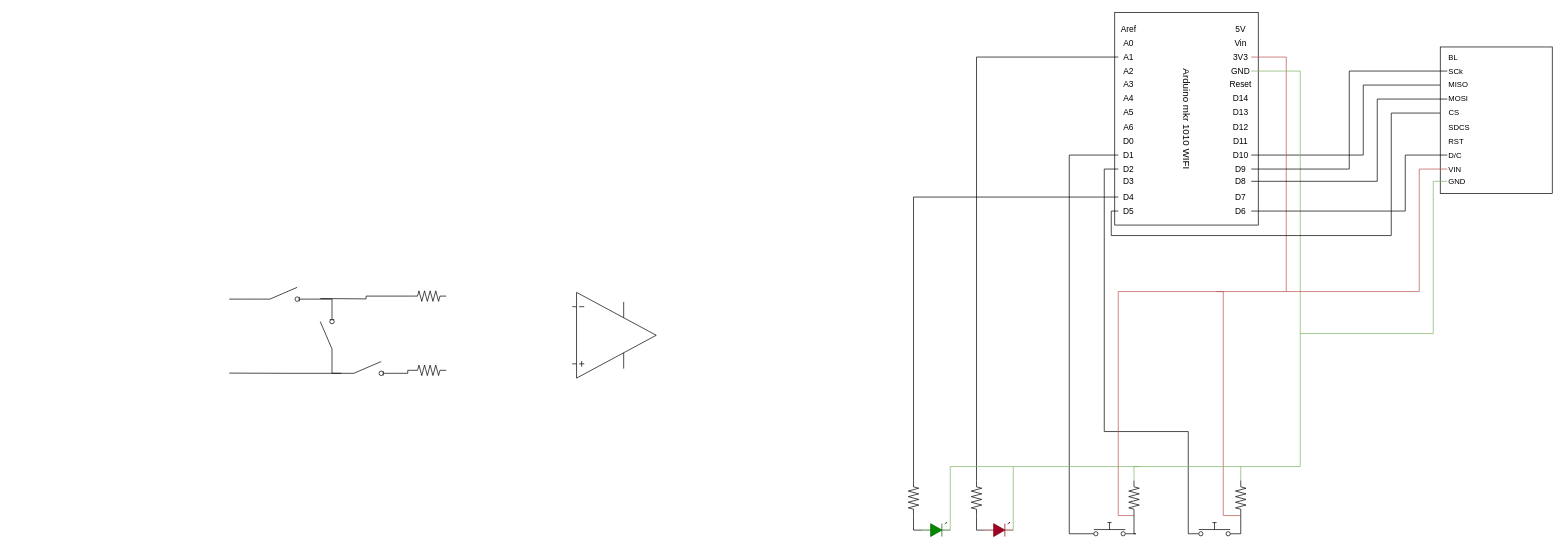
Before: Diagrama sem nome.drawio in Gonram0s/pomodoro, a draw.io diagram. Source tidied: cells renumbered, new cells numbered last; positions are measured from the earlier drawing's top-left corner, leaving out a move shared by most shapes. Both pictures are drawn from the tidied source at 70%, with x=0, y=0 at pixel (229, 25).
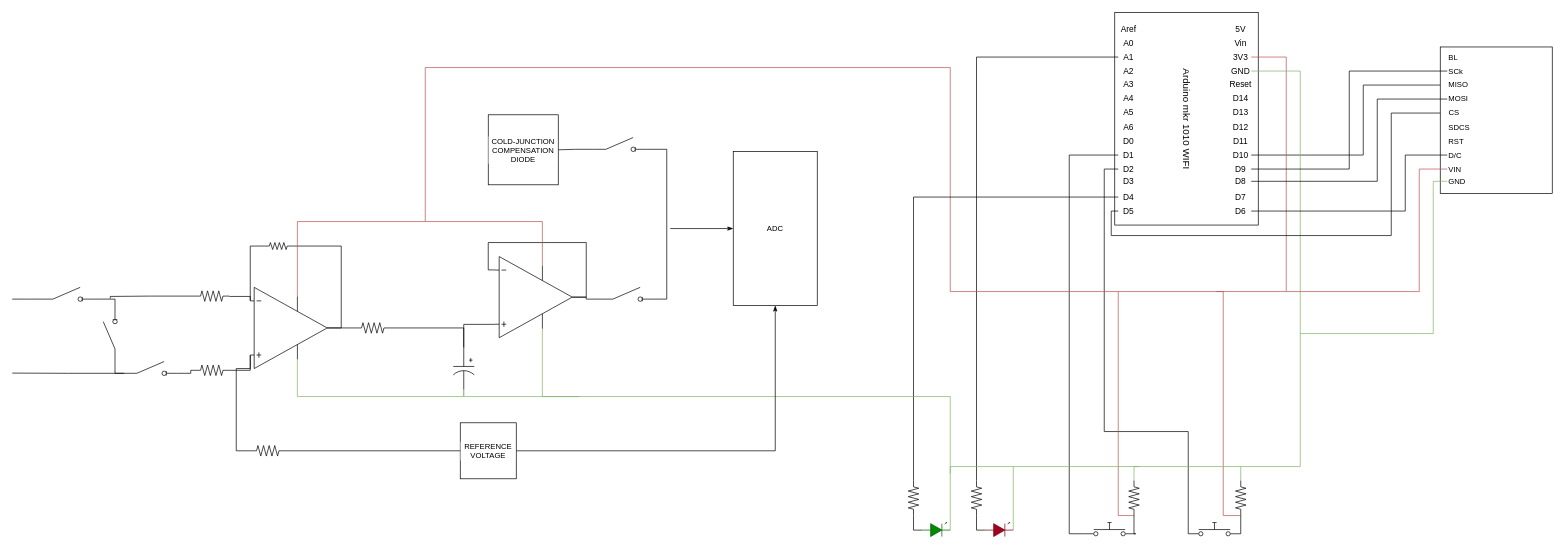
Above is the later version.

Change to the diagram source:
```diff
@@
+    <mxCell id="84" style="edgeStyle=orthogonalEdgeStyle;rounded=0;orthogonalLoop=1;jettySize=auto;html=1;strokeColor=#b85450;align=center;verticalAlign=middle;fontFamily=Helvetica;fontSize=11;fontColor=default;labelBackgroundColor=default;endArrow=none;endFill=0;fillColor=#f8cecc;" parent="1" edge="1">
+      <mxGeometry relative="1" as="geometry">
+        <mxPoint x="1270" y="380" as="sourcePoint" />
+        <mxPoint x="280" y="280" as="targetPoint" />
+        <Array as="points">
+          <mxPoint x="1030" y="60" />
+          <mxPoint x="280" y="60" />
+        </Array>
+      </mxGeometry>
+    </mxCell>
@@
     <mxCell id="72" style="edgeStyle=orthogonalEdgeStyle;rounded=0;jettySize=auto;html=1;exitX=1;exitY=0.84;exitDx=0;exitDy=0;entryX=1;entryY=0.84;entryDx=0;entryDy=0;strokeColor=default;align=center;verticalAlign=middle;fontFamily=Helvetica;fontSize=11;fontColor=default;labelBackgroundColor=default;endArrow=none;endFill=0;" parent="1" edge="1" source="74" target="79">
       <mxGeometry relative="1" as="geometry">
         <Array as="points">
-          <mxPoint x="147" y="391" />
+          <mxPoint x="-163" y="391" />
         </Array>
       </mxGeometry>
     </mxCell>
     <mxCell id="73" style="edgeStyle=orthogonalEdgeStyle;rounded=0;jettySize=auto;html=1;exitX=0;exitY=0.84;exitDx=0;exitDy=0;strokeColor=default;align=center;verticalAlign=middle;fontFamily=Helvetica;fontSize=11;fontColor=default;labelBackgroundColor=default;endArrow=none;endFill=0;" parent="1" edge="1" source="74">
       <mxGeometry relative="1" as="geometry">
-        <mxPoint y="390.8" as="targetPoint" />
+        <mxPoint x="-310" y="390.8" as="targetPoint" />
       </mxGeometry>
     </mxCell>
     <mxCell id="74" style="html=1;shape=mxgraph.electrical.electro-mechanical.switchDisconnector;elSwitchState=off;fontFamily=Helvetica;fontSize=11;fontColor=default;labelBackgroundColor=default;" parent="1" vertex="1">
-      <mxGeometry x="40" y="374" width="75" height="20" as="geometry" />
+      <mxGeometry x="-270" y="374" width="75" height="20" as="geometry" />
     </mxCell>
     <mxCell id="75" style="edgeStyle=orthogonalEdgeStyle;rounded=0;jettySize=auto;html=1;exitX=0;exitY=0.84;exitDx=0;exitDy=0;strokeColor=default;align=center;verticalAlign=middle;fontFamily=Helvetica;fontSize=11;fontColor=default;labelBackgroundColor=default;endArrow=none;endFill=0;" parent="1" edge="1" source="77">
       <mxGeometry relative="1" as="geometry">
-        <mxPoint y="496.5" as="targetPoint" />
+        <mxPoint x="-310" y="496.5" as="targetPoint" />
       </mxGeometry>
     </mxCell>
@@
     <mxCell id="77" style="html=1;shape=mxgraph.electrical.electro-mechanical.switchDisconnector;elSwitchState=off;fontFamily=Helvetica;fontSize=11;fontColor=default;labelBackgroundColor=default;" parent="1" vertex="1">
-      <mxGeometry x="160" y="480" width="75" height="20" as="geometry" />
+      <mxGeometry x="-150" y="480" width="75" height="20" as="geometry" />
     </mxCell>
     <mxCell id="78" style="edgeStyle=orthogonalEdgeStyle;rounded=0;jettySize=auto;html=1;exitX=0;exitY=0.84;exitDx=0;exitDy=0;entryX=0;entryY=0.84;entryDx=0;entryDy=0;strokeColor=default;align=center;verticalAlign=middle;fontFamily=Helvetica;fontSize=11;fontColor=default;labelBackgroundColor=default;endArrow=none;endFill=0;" parent="1" edge="1" source="79" target="77">
       <mxGeometry relative="1" as="geometry">
         <Array as="points">
-          <mxPoint x="147" y="497" />
+          <mxPoint x="-163" y="497" />
         </Array>
       </mxGeometry>
     </mxCell>
     <mxCell id="79" style="html=1;shape=mxgraph.electrical.electro-mechanical.switchDisconnector;elSwitchState=off;fontFamily=Helvetica;fontSize=11;fontColor=default;labelBackgroundColor=default;direction=north;" parent="1" vertex="1">
-      <mxGeometry x="130" y="405" width="20" height="75" as="geometry" />
+      <mxGeometry x="-180" y="405" width="20" height="75" as="geometry" />
     </mxCell>
     <mxCell id="80" style="verticalLabelPosition=bottom;shadow=0;dashed=0;align=center;html=1;verticalAlign=top;shape=mxgraph.electrical.resistors.resistor_2;direction=west;" parent="1" vertex="1">
-      <mxGeometry x="260" y="485" width="50" height="15" as="geometry" />
+      <mxGeometry x="-50" y="485" width="50" height="15" as="geometry" />
     </mxCell>
     <mxCell id="81" style="edgeStyle=orthogonalEdgeStyle;rounded=0;jettySize=auto;html=1;exitX=1;exitY=0.5;exitDx=0;exitDy=0;exitPerimeter=0;strokeColor=default;align=center;verticalAlign=middle;fontFamily=Helvetica;fontSize=11;fontColor=default;labelBackgroundColor=default;endArrow=none;endFill=0;" parent="1" edge="1" source="82">
       <mxGeometry relative="1" as="geometry">
-        <mxPoint x="130" y="390" as="targetPoint" />
+        <mxPoint x="-170" y="390" as="targetPoint" />
+        <Array as="points">
+          <mxPoint x="-114" y="387" />
+          <mxPoint x="-160" y="387" />
+        </Array>
       </mxGeometry>
     </mxCell>
     <mxCell id="82" style="verticalLabelPosition=bottom;shadow=0;dashed=0;align=center;html=1;verticalAlign=top;shape=mxgraph.electrical.resistors.resistor_2;direction=west;" parent="1" vertex="1">
-      <mxGeometry x="260" y="379" width="50" height="15" as="geometry" />
+      <mxGeometry x="-50" y="379" width="50" height="15" as="geometry" />
     </mxCell>
     <mxCell id="83" style="verticalLabelPosition=bottom;shadow=0;dashed=0;align=center;html=1;verticalAlign=top;shape=mxgraph.electrical.abstract.operational_amp_1;fontFamily=Helvetica;fontSize=11;fontColor=default;labelBackgroundColor=default;" parent="1" vertex="1">
-      <mxGeometry x="490" y="381.2" width="120" height="122.5" as="geometry" />
+      <mxGeometry x="30" y="374" width="110" height="116" as="geometry" />
     </mxCell>
+    <mxCell id="85" style="edgeStyle=orthogonalEdgeStyle;rounded=0;jettySize=auto;html=1;entryX=0;entryY=0.165;entryDx=0;entryDy=0;entryPerimeter=0;strokeColor=default;align=center;verticalAlign=middle;fontFamily=Helvetica;fontSize=11;fontColor=default;labelBackgroundColor=default;endArrow=none;endFill=0;" parent="1" edge="1" target="83">
+      <mxGeometry relative="1" as="geometry">
+        <mxPoint y="387" as="sourcePoint" />
+        <Array as="points">
+          <mxPoint x="30" y="387" />
+        </Array>
+      </mxGeometry>
+    </mxCell>
+    <mxCell id="86" style="edgeStyle=orthogonalEdgeStyle;rounded=0;jettySize=auto;html=1;exitX=0;exitY=0.5;exitDx=0;exitDy=0;exitPerimeter=0;entryX=0;entryY=0.835;entryDx=0;entryDy=0;entryPerimeter=0;strokeColor=default;align=center;verticalAlign=middle;fontFamily=Helvetica;fontSize=11;fontColor=default;labelBackgroundColor=default;endArrow=none;endFill=0;" parent="1" edge="1" source="80" target="83">
+      <mxGeometry relative="1" as="geometry" />
+    </mxCell>
+    <mxCell id="87" style="verticalLabelPosition=bottom;shadow=0;dashed=0;align=center;html=1;verticalAlign=top;shape=mxgraph.electrical.resistors.resistor_2;fontFamily=Helvetica;fontSize=11;fontColor=default;labelBackgroundColor=default;" parent="1" vertex="1">
+      <mxGeometry x="50" y="310" width="40" height="10" as="geometry" />
+    </mxCell>
+    <mxCell id="88" style="edgeStyle=orthogonalEdgeStyle;rounded=0;jettySize=auto;html=1;exitX=0;exitY=0.165;exitDx=0;exitDy=0;exitPerimeter=0;entryX=0;entryY=0.5;entryDx=0;entryDy=0;entryPerimeter=0;strokeColor=default;align=center;verticalAlign=middle;fontFamily=Helvetica;fontSize=11;fontColor=default;labelBackgroundColor=default;endArrow=none;endFill=0;" parent="1" edge="1" source="83" target="87">
+      <mxGeometry relative="1" as="geometry">
+        <Array as="points">
+          <mxPoint x="30" y="315" />
+        </Array>
+      </mxGeometry>
+    </mxCell>
+    <mxCell id="89" style="edgeStyle=orthogonalEdgeStyle;rounded=0;jettySize=auto;html=1;exitX=1;exitY=0.5;exitDx=0;exitDy=0;exitPerimeter=0;entryX=1;entryY=0.5;entryDx=0;entryDy=0;entryPerimeter=0;strokeColor=default;align=center;verticalAlign=middle;fontFamily=Helvetica;fontSize=11;fontColor=default;labelBackgroundColor=default;endArrow=none;endFill=0;" parent="1" edge="1" source="83" target="87">
+      <mxGeometry relative="1" as="geometry" />
+    </mxCell>
+    <mxCell id="90" style="edgeStyle=orthogonalEdgeStyle;rounded=0;jettySize=auto;html=1;exitX=0;exitY=0.5;exitDx=0;exitDy=0;exitPerimeter=0;strokeColor=default;align=center;verticalAlign=middle;fontFamily=Helvetica;fontSize=11;fontColor=default;labelBackgroundColor=default;endArrow=none;endFill=0;" parent="1" edge="1" source="91" target="94">
+      <mxGeometry relative="1" as="geometry" />
+    </mxCell>
+    <mxCell id="91" style="verticalLabelPosition=bottom;shadow=0;dashed=0;align=center;html=1;verticalAlign=top;shape=mxgraph.electrical.resistors.resistor_2;direction=west;" parent="1" vertex="1">
+      <mxGeometry x="180" y="424.5" width="50" height="15" as="geometry" />
+    </mxCell>
+    <mxCell id="92" style="edgeStyle=orthogonalEdgeStyle;rounded=0;jettySize=auto;html=1;exitX=1;exitY=0.5;exitDx=0;exitDy=0;exitPerimeter=0;entryX=1;entryY=0.5;entryDx=0;entryDy=0;entryPerimeter=0;strokeColor=default;align=center;verticalAlign=middle;fontFamily=Helvetica;fontSize=11;fontColor=default;labelBackgroundColor=default;endArrow=none;endFill=0;" parent="1" edge="1" source="83" target="91">
+      <mxGeometry relative="1" as="geometry" />
+    </mxCell>
+    <mxCell id="93" style="edgeStyle=orthogonalEdgeStyle;rounded=0;jettySize=auto;html=1;exitX=1;exitY=0.5;exitDx=0;exitDy=0;exitPerimeter=0;strokeColor=#82b366;align=center;verticalAlign=middle;fontFamily=Helvetica;fontSize=11;fontColor=default;labelBackgroundColor=default;endArrow=none;endFill=0;fillColor=#d5e8d4;" parent="1" edge="1" source="94">
+      <mxGeometry relative="1" as="geometry">
+        <mxPoint x="500" y="530" as="targetPoint" />
+        <Array as="points">
+          <mxPoint x="335" y="530" />
+        </Array>
+      </mxGeometry>
+    </mxCell>
+    <mxCell id="94" style="verticalLabelPosition=bottom;shadow=0;dashed=0;align=center;html=1;verticalAlign=top;shape=mxgraph.electrical.capacitors.capacitor_3;fontFamily=Helvetica;fontSize=11;fontColor=default;labelBackgroundColor=default;direction=south;" parent="1" vertex="1">
+      <mxGeometry x="320" y="460" width="30" height="60" as="geometry" />
+    </mxCell>
+    <mxCell id="95" style="edgeStyle=orthogonalEdgeStyle;rounded=0;jettySize=auto;html=1;exitX=1;exitY=0.5;exitDx=0;exitDy=0;exitPerimeter=0;entryX=0;entryY=0.84;entryDx=0;entryDy=0;strokeColor=default;align=center;verticalAlign=middle;fontFamily=Helvetica;fontSize=11;fontColor=default;labelBackgroundColor=default;endArrow=none;endFill=0;" parent="1" edge="1" source="97" target="101">
+      <mxGeometry relative="1" as="geometry" />
+    </mxCell>
+    <mxCell id="96" style="edgeStyle=orthogonalEdgeStyle;rounded=0;jettySize=auto;html=1;exitX=0.612;exitY=0.89;exitDx=0;exitDy=0;exitPerimeter=0;strokeColor=#82b366;align=center;verticalAlign=middle;fontFamily=Helvetica;fontSize=11;fontColor=default;labelBackgroundColor=default;endArrow=none;endFill=0;fillColor=#d5e8d4;" parent="1" edge="1" source="97">
+      <mxGeometry relative="1" as="geometry">
+        <mxPoint x="1030" y="640" as="targetPoint" />
+        <Array as="points">
+          <mxPoint x="447" y="530" />
+          <mxPoint x="1030" y="530" />
+        </Array>
+      </mxGeometry>
+    </mxCell>
+    <mxCell id="97" style="verticalLabelPosition=bottom;shadow=0;dashed=0;align=center;html=1;verticalAlign=top;shape=mxgraph.electrical.abstract.operational_amp_1;fontFamily=Helvetica;fontSize=11;fontColor=default;labelBackgroundColor=default;" parent="1" vertex="1">
+      <mxGeometry x="380" y="330" width="110" height="116" as="geometry" />
+    </mxCell>
+    <mxCell id="98" style="edgeStyle=orthogonalEdgeStyle;rounded=0;jettySize=auto;html=1;exitX=0;exitY=0.835;exitDx=0;exitDy=0;exitPerimeter=0;entryX=0;entryY=0.5;entryDx=0;entryDy=0;entryPerimeter=0;strokeColor=default;align=center;verticalAlign=middle;fontFamily=Helvetica;fontSize=11;fontColor=default;labelBackgroundColor=default;endArrow=none;endFill=0;" parent="1" edge="1" source="97" target="94">
+      <mxGeometry relative="1" as="geometry" />
+    </mxCell>
+    <mxCell id="99" style="edgeStyle=orthogonalEdgeStyle;rounded=0;orthogonalLoop=1;jettySize=auto;html=1;exitX=1;exitY=0.5;exitDx=0;exitDy=0;exitPerimeter=0;entryX=0;entryY=0.165;entryDx=0;entryDy=0;entryPerimeter=0;strokeColor=default;align=center;verticalAlign=middle;fontFamily=Helvetica;fontSize=11;fontColor=default;labelBackgroundColor=default;endArrow=none;endFill=0;" parent="1" edge="1" source="97" target="97">
+      <mxGeometry relative="1" as="geometry">
+        <Array as="points">
+          <mxPoint x="510" y="388" />
+          <mxPoint x="510" y="310" />
+          <mxPoint x="370" y="310" />
+          <mxPoint x="370" y="349" />
+        </Array>
+      </mxGeometry>
+    </mxCell>
+    <mxCell id="100" style="edgeStyle=orthogonalEdgeStyle;rounded=0;jettySize=auto;html=1;exitX=0.612;exitY=0.11;exitDx=0;exitDy=0;exitPerimeter=0;entryX=0.612;entryY=0.11;entryDx=0;entryDy=0;entryPerimeter=0;strokeColor=#b85450;align=center;verticalAlign=middle;fontFamily=Helvetica;fontSize=11;fontColor=default;labelBackgroundColor=default;endArrow=none;endFill=0;fillColor=#f8cecc;" parent="1" edge="1" source="83" target="97">
+      <mxGeometry relative="1" as="geometry">
+        <Array as="points">
+          <mxPoint x="97" y="280" />
+          <mxPoint x="447" y="280" />
+        </Array>
+      </mxGeometry>
+    </mxCell>
+    <mxCell id="101" style="html=1;shape=mxgraph.electrical.electro-mechanical.switchDisconnector;elSwitchState=off;fontFamily=Helvetica;fontSize=11;fontColor=default;labelBackgroundColor=default;" parent="1" vertex="1">
+      <mxGeometry x="530" y="374" width="75" height="20" as="geometry" />
+    </mxCell>
+    <mxCell id="102" style="edgeStyle=orthogonalEdgeStyle;rounded=0;jettySize=auto;html=1;exitX=1;exitY=0.84;exitDx=0;exitDy=0;entryX=1;entryY=0.84;entryDx=0;entryDy=0;strokeColor=default;align=center;verticalAlign=middle;fontFamily=Helvetica;fontSize=11;fontColor=default;labelBackgroundColor=default;endArrow=none;endFill=0;" parent="1" edge="1" source="104" target="101">
+      <mxGeometry relative="1" as="geometry" />
+    </mxCell>
+    <mxCell id="103" style="edgeStyle=orthogonalEdgeStyle;rounded=0;jettySize=auto;html=1;exitX=0;exitY=0.84;exitDx=0;exitDy=0;entryX=1;entryY=0.5;entryDx=0;entryDy=0;strokeColor=default;align=center;verticalAlign=middle;fontFamily=Helvetica;fontSize=11;fontColor=default;labelBackgroundColor=default;endArrow=none;endFill=0;" parent="1" edge="1" source="104" target="105">
+      <mxGeometry relative="1" as="geometry" />
+    </mxCell>
+    <mxCell id="104" style="html=1;shape=mxgraph.electrical.electro-mechanical.switchDisconnector;elSwitchState=off;fontFamily=Helvetica;fontSize=11;fontColor=default;labelBackgroundColor=default;" parent="1" vertex="1">
+      <mxGeometry x="520" y="160" width="75" height="20" as="geometry" />
+    </mxCell>
+    <mxCell id="105" value="COLD-JUNCTION COMPENSATION DIODE" style="whiteSpace=wrap;html=1;fontFamily=Helvetica;fontSize=11;fontColor=default;labelBackgroundColor=default;" parent="1" vertex="1">
+      <mxGeometry x="370" y="127.5" width="100" height="100" as="geometry" />
+    </mxCell>
+    <mxCell id="106" style="edgeStyle=orthogonalEdgeStyle;rounded=0;jettySize=auto;html=1;exitX=0.5;exitY=1;exitDx=0;exitDy=0;strokeColor=default;align=center;verticalAlign=middle;fontFamily=Helvetica;fontSize=11;fontColor=default;labelBackgroundColor=default;endArrow=none;endFill=0;startArrow=classicThin;startFill=1;" parent="1" edge="1" source="107">
+      <mxGeometry relative="1" as="geometry">
+        <mxPoint x="630" y="290" as="targetPoint" />
+      </mxGeometry>
+    </mxCell>
+    <mxCell id="107" value="ADC" style="rounded=0;whiteSpace=wrap;html=1;fontFamily=Helvetica;fontSize=11;fontColor=default;labelBackgroundColor=default;direction=south;" parent="1" vertex="1">
+      <mxGeometry x="720" y="180" width="120" height="220" as="geometry" />
+    </mxCell>
+    <mxCell id="108" style="verticalLabelPosition=bottom;shadow=0;dashed=0;align=center;html=1;verticalAlign=top;shape=mxgraph.electrical.resistors.resistor_2;direction=west;" parent="1" vertex="1">
+      <mxGeometry x="30" y="600" width="50" height="15" as="geometry" />
+    </mxCell>
+    <mxCell id="109" style="edgeStyle=orthogonalEdgeStyle;rounded=0;jettySize=auto;html=1;exitX=1;exitY=0.5;exitDx=0;exitDy=0;exitPerimeter=0;entryX=0;entryY=0.835;entryDx=0;entryDy=0;entryPerimeter=0;strokeColor=default;align=center;verticalAlign=middle;fontFamily=Helvetica;fontSize=11;fontColor=default;labelBackgroundColor=default;endArrow=none;endFill=0;" parent="1" edge="1" source="108" target="83">
+      <mxGeometry relative="1" as="geometry">
+        <Array as="points">
+          <mxPoint x="10" y="608" />
+          <mxPoint x="10" y="490" />
+          <mxPoint x="30" y="490" />
+        </Array>
+      </mxGeometry>
+    </mxCell>
+    <mxCell id="110" style="edgeStyle=orthogonalEdgeStyle;rounded=0;jettySize=auto;html=1;exitX=1;exitY=0.5;exitDx=0;exitDy=0;entryX=1;entryY=0.5;entryDx=0;entryDy=0;strokeColor=default;align=center;verticalAlign=middle;fontFamily=Helvetica;fontSize=11;fontColor=default;labelBackgroundColor=default;endArrow=classicThin;endFill=1;" parent="1" edge="1" source="111" target="107">
+      <mxGeometry relative="1" as="geometry" />
+    </mxCell>
+    <mxCell id="111" value="REFERENCE VOLTAGE" style="whiteSpace=wrap;html=1;fontFamily=Helvetica;fontSize=11;fontColor=default;labelBackgroundColor=default;" parent="1" vertex="1">
+      <mxGeometry x="330" y="567.5" width="80" height="80" as="geometry" />
+    </mxCell>
+    <mxCell id="112" style="edgeStyle=orthogonalEdgeStyle;rounded=0;jettySize=auto;html=1;exitX=0;exitY=0.5;exitDx=0;exitDy=0;entryX=0;entryY=0.5;entryDx=0;entryDy=0;entryPerimeter=0;strokeColor=default;align=center;verticalAlign=middle;fontFamily=Helvetica;fontSize=11;fontColor=default;labelBackgroundColor=default;endArrow=none;endFill=0;" parent="1" edge="1" source="111" target="108">
+      <mxGeometry relative="1" as="geometry" />
+    </mxCell>
+    <mxCell id="113" style="edgeStyle=orthogonalEdgeStyle;rounded=0;jettySize=auto;html=1;exitX=1;exitY=0.5;exitDx=0;exitDy=0;exitPerimeter=0;entryX=0.612;entryY=0.89;entryDx=0;entryDy=0;entryPerimeter=0;strokeColor=#82b366;align=center;verticalAlign=middle;fontFamily=Helvetica;fontSize=11;fontColor=default;labelBackgroundColor=default;endArrow=none;endFill=0;fillColor=#d5e8d4;" parent="1" edge="1" source="94" target="83">
+      <mxGeometry relative="1" as="geometry">
+        <Array as="points">
+          <mxPoint x="335" y="530" />
+          <mxPoint x="97" y="530" />
+        </Array>
+      </mxGeometry>
+    </mxCell>
```
